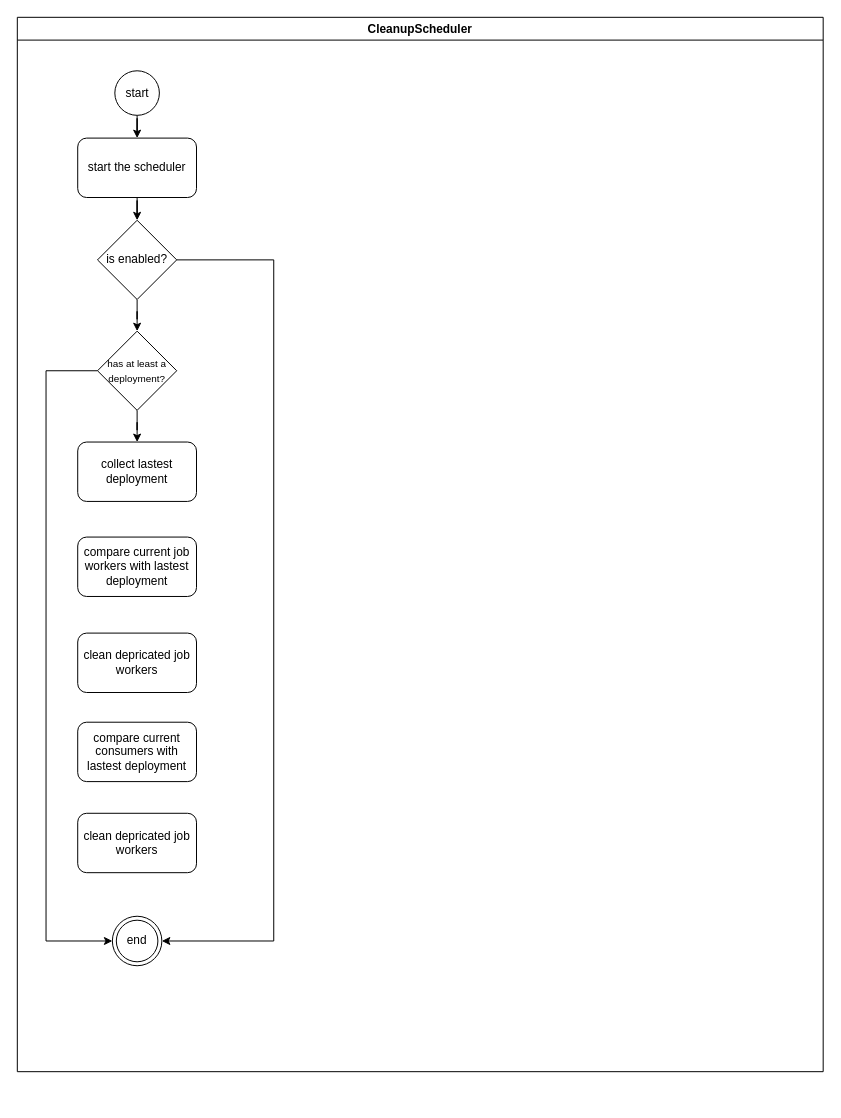
This is page "Cleanup the obsolete workers" (1 of 2) of kafka-zeebe-connect.drawio from minhtran-q/zeebe-kafka-connect, a draw.io file, before an edit. Source tidied: cells renumbered, new cells numbered last; positions are measured from the earlier drawing's top-left corner, leaving out a move shared by most shapes. Both pictures are drawn from the tidied source at 99%, with x=0, y=0 at pixel (17, 17).
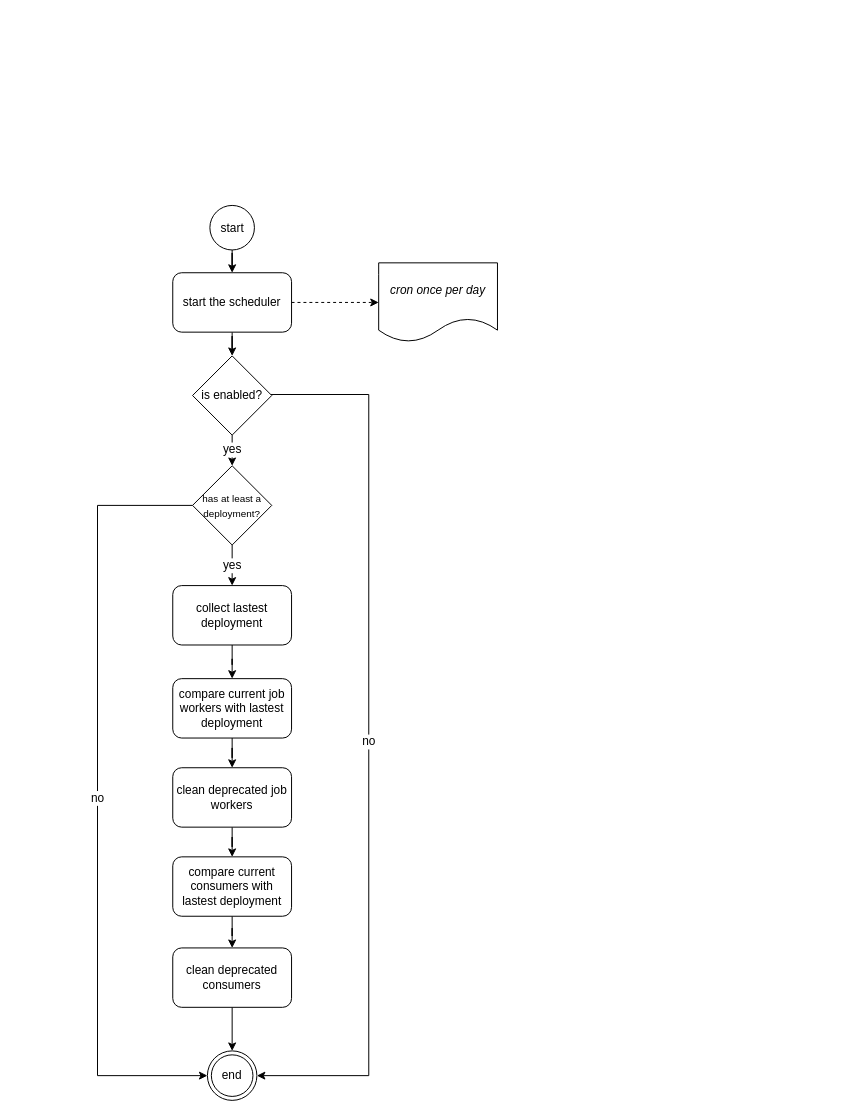
Above is the later version.

What changed in the source:
```diff
@@
-    <mxCell id="2" value="CleanupScheduler" style="swimlane;" parent="1" vertex="1">
-      <mxGeometry width="814" height="1065" as="geometry" />
-    </mxCell>
-    <mxCell id="3" style="edgeStyle=orthogonalEdgeStyle;rounded=0;jettySize=auto;html=1;fontSize=12;" parent="2" edge="1" source="4" target="7">
+    <mxCell id="3" style="edgeStyle=orthogonalEdgeStyle;rounded=0;jettySize=auto;html=1;fontSize=12;" parent="1" edge="1" source="4" target="7">
       <mxGeometry relative="1" as="geometry" />
     </mxCell>
+    <mxCell id="19" style="edgeStyle=orthogonalEdgeStyle;rounded=0;jettySize=auto;html=1;entryX=0;entryY=0.5;entryDx=0;entryDy=0;fontSize=12;dashed=1;" parent="1" edge="1" source="4" target="25">
+      <mxGeometry relative="1" as="geometry" />
+    </mxCell>
-    <mxCell id="4" value="start the scheduler" style="rounded=1;whiteSpace=wrap;html=1;" parent="2" vertex="1">
-      <mxGeometry x="61" y="122" width="120" height="60" as="geometry" />
+    <mxCell id="4" value="start the scheduler" style="rounded=1;whiteSpace=wrap;html=1;" parent="1" vertex="1">
+      <mxGeometry x="157" y="258" width="120" height="60" as="geometry" />
     </mxCell>
-    <mxCell id="5" style="edgeStyle=orthogonalEdgeStyle;rounded=0;jettySize=auto;html=1;entryX=1;entryY=0.5;entryDx=0;entryDy=0;fontSize=12;" parent="2" edge="1" source="7" target="15">
+    <mxCell id="5" value="no" style="edgeStyle=orthogonalEdgeStyle;rounded=0;jettySize=auto;html=1;entryX=1;entryY=0.5;entryDx=0;entryDy=0;fontSize=12;" parent="1" edge="1" source="7" target="15">
       <mxGeometry relative="1" as="geometry">
         <Array as="points">
-          <mxPoint x="259" y="245" />
-          <mxPoint x="259" y="933" />
+          <mxPoint x="355" y="381" />
+          <mxPoint x="355" y="1069" />
         </Array>
       </mxGeometry>
     </mxCell>
-    <mxCell id="6" style="edgeStyle=orthogonalEdgeStyle;rounded=0;jettySize=auto;html=1;fontSize=12;" parent="2" edge="1" source="7" target="10">
+    <mxCell id="6" value="yes" style="edgeStyle=orthogonalEdgeStyle;rounded=0;jettySize=auto;html=1;fontSize=12;" parent="1" edge="1" source="7" target="10">
       <mxGeometry relative="1" as="geometry" />
     </mxCell>
-    <mxCell id="7" value="is enabled?" style="rhombus;whiteSpace=wrap;html=1;" parent="2" vertex="1">
-      <mxGeometry x="81" y="205" width="80" height="80" as="geometry" />
+    <mxCell id="7" value="is enabled?" style="rhombus;whiteSpace=wrap;html=1;" parent="1" vertex="1">
+      <mxGeometry x="177" y="342" width="80" height="80" as="geometry" />
     </mxCell>
-    <mxCell id="8" style="edgeStyle=orthogonalEdgeStyle;rounded=0;jettySize=auto;html=1;fontSize=12;" parent="2" edge="1" source="10" target="11">
+    <mxCell id="8" value="yes" style="edgeStyle=orthogonalEdgeStyle;rounded=0;jettySize=auto;html=1;fontSize=12;" parent="1" edge="1" source="10" target="11">
       <mxGeometry relative="1" as="geometry" />
     </mxCell>
-    <mxCell id="9" style="edgeStyle=orthogonalEdgeStyle;rounded=0;jettySize=auto;html=1;entryX=0;entryY=0.5;entryDx=0;entryDy=0;fontSize=12;" parent="2" edge="1" source="10" target="15">
+    <mxCell id="9" value="no" style="edgeStyle=orthogonalEdgeStyle;rounded=0;jettySize=auto;html=1;entryX=0;entryY=0.5;entryDx=0;entryDy=0;fontSize=12;" parent="1" edge="1" source="10" target="15">
       <mxGeometry relative="1" as="geometry">
         <Array as="points">
-          <mxPoint x="29" y="357" />
-          <mxPoint x="29" y="933" />
+          <mxPoint x="81" y="493" />
+          <mxPoint x="81" y="1069" />
         </Array>
       </mxGeometry>
     </mxCell>
-    <mxCell id="10" value="&lt;font style=&quot;font-size: 10px&quot;&gt;has at least a deployment?&lt;/font&gt;" style="rhombus;whiteSpace=wrap;html=1;" parent="2" vertex="1">
-      <mxGeometry x="81" y="317" width="80" height="80" as="geometry" />
+    <mxCell id="10" value="&lt;font style=&quot;font-size: 10px&quot;&gt;has at least a deployment?&lt;/font&gt;" style="rhombus;whiteSpace=wrap;html=1;" parent="1" vertex="1">
+      <mxGeometry x="177" y="453" width="80" height="80" as="geometry" />
     </mxCell>
+    <mxCell id="20" style="edgeStyle=orthogonalEdgeStyle;rounded=0;jettySize=auto;html=1;fontSize=12;" parent="1" edge="1" source="11" target="12">
+      <mxGeometry relative="1" as="geometry" />
+    </mxCell>
-    <mxCell id="11" value="collect lastest deployment" style="rounded=1;whiteSpace=wrap;html=1;" parent="2" vertex="1">
-      <mxGeometry x="61" y="429" width="120" height="60" as="geometry" />
+    <mxCell id="11" value="collect lastest deployment" style="rounded=1;whiteSpace=wrap;html=1;" parent="1" vertex="1">
+      <mxGeometry x="157" y="574" width="120" height="60" as="geometry" />
     </mxCell>
+    <mxCell id="21" style="edgeStyle=orthogonalEdgeStyle;rounded=0;jettySize=auto;html=1;fontSize=12;" parent="1" edge="1" source="12" target="13">
+      <mxGeometry relative="1" as="geometry" />
+    </mxCell>
-    <mxCell id="12" value="compare current job workers with lastest deployment" style="rounded=1;whiteSpace=wrap;html=1;" parent="2" vertex="1">
-      <mxGeometry x="61" y="525" width="120" height="60" as="geometry" />
+    <mxCell id="12" value="compare current job workers with lastest deployment" style="rounded=1;whiteSpace=wrap;html=1;" parent="1" vertex="1">
+      <mxGeometry x="157" y="668" width="120" height="60" as="geometry" />
     </mxCell>
+    <mxCell id="22" style="edgeStyle=orthogonalEdgeStyle;rounded=0;jettySize=auto;html=1;fontSize=12;" parent="1" edge="1" source="13" target="14">
+      <mxGeometry relative="1" as="geometry" />
+    </mxCell>
-    <mxCell id="13" value="&lt;font style=&quot;font-size: 12px&quot;&gt;clean depricated job workers&lt;/font&gt;" style="rounded=1;whiteSpace=wrap;html=1;fontSize=9;" parent="2" vertex="1">
-      <mxGeometry x="61" y="622" width="120" height="60" as="geometry" />
+    <mxCell id="13" value="&lt;font style=&quot;font-size: 12px&quot;&gt;clean deprecated job workers&lt;/font&gt;" style="rounded=1;whiteSpace=wrap;html=1;fontSize=9;" parent="1" vertex="1">
+      <mxGeometry x="157" y="758" width="120" height="60" as="geometry" />
     </mxCell>
+    <mxCell id="23" style="edgeStyle=orthogonalEdgeStyle;rounded=0;jettySize=auto;html=1;fontSize=12;" parent="1" edge="1" source="14" target="18">
+      <mxGeometry relative="1" as="geometry" />
+    </mxCell>
-    <mxCell id="14" value="compare current consumers with lastest deployment" style="rounded=1;whiteSpace=wrap;html=1;" parent="2" vertex="1">
-      <mxGeometry x="61" y="712" width="120" height="60" as="geometry" />
+    <mxCell id="14" value="compare current consumers with lastest deployment" style="rounded=1;whiteSpace=wrap;html=1;" parent="1" vertex="1">
+      <mxGeometry x="157" y="848" width="120" height="60" as="geometry" />
     </mxCell>
-    <mxCell id="15" value="end" style="ellipse;shape=doubleEllipse;whiteSpace=wrap;html=1;fontSize=12;" parent="2" vertex="1">
-      <mxGeometry x="96" y="908" width="50" height="50" as="geometry" />
+    <mxCell id="15" value="end" style="ellipse;shape=doubleEllipse;whiteSpace=wrap;html=1;fontSize=12;" parent="1" vertex="1">
+      <mxGeometry x="192" y="1044" width="50" height="50" as="geometry" />
     </mxCell>
-    <mxCell id="16" style="edgeStyle=orthogonalEdgeStyle;rounded=0;jettySize=auto;html=1;fontSize=12;" parent="2" edge="1" source="17" target="4">
+    <mxCell id="16" style="edgeStyle=orthogonalEdgeStyle;rounded=0;jettySize=auto;html=1;fontSize=12;" parent="1" edge="1" source="17" target="4">
       <mxGeometry relative="1" as="geometry" />
     </mxCell>
-    <mxCell id="17" value="start" style="ellipse;whiteSpace=wrap;html=1;fontSize=12;" parent="2" vertex="1">
-      <mxGeometry x="98.5" y="54" width="45" height="45" as="geometry" />
+    <mxCell id="17" value="start" style="ellipse;whiteSpace=wrap;html=1;fontSize=12;" parent="1" vertex="1">
+      <mxGeometry x="194.5" y="190" width="45" height="45" as="geometry" />
     </mxCell>
+    <mxCell id="24" style="edgeStyle=orthogonalEdgeStyle;rounded=0;jettySize=auto;html=1;fontSize=12;" parent="1" edge="1" source="18" target="15">
+      <mxGeometry relative="1" as="geometry" />
+    </mxCell>
-    <mxCell id="18" value="&lt;font style=&quot;font-size: 12px&quot;&gt;clean depricated job workers&lt;/font&gt;" style="rounded=1;whiteSpace=wrap;html=1;fontSize=9;" parent="2" vertex="1">
-      <mxGeometry x="61" y="804" width="120" height="60" as="geometry" />
+    <mxCell id="18" value="&lt;font style=&quot;font-size: 12px&quot;&gt;clean deprecated consumers&lt;/font&gt;" style="rounded=1;whiteSpace=wrap;html=1;fontSize=9;" parent="1" vertex="1">
+      <mxGeometry x="157" y="940" width="120" height="60" as="geometry" />
     </mxCell>
+    <mxCell id="25" value="&lt;i&gt;cron once per day&lt;/i&gt;" style="shape=document;whiteSpace=wrap;html=1;boundedLbl=1;fontSize=12;" parent="1" vertex="1">
+      <mxGeometry x="365" y="248" width="120" height="80" as="geometry" />
+    </mxCell>
```
